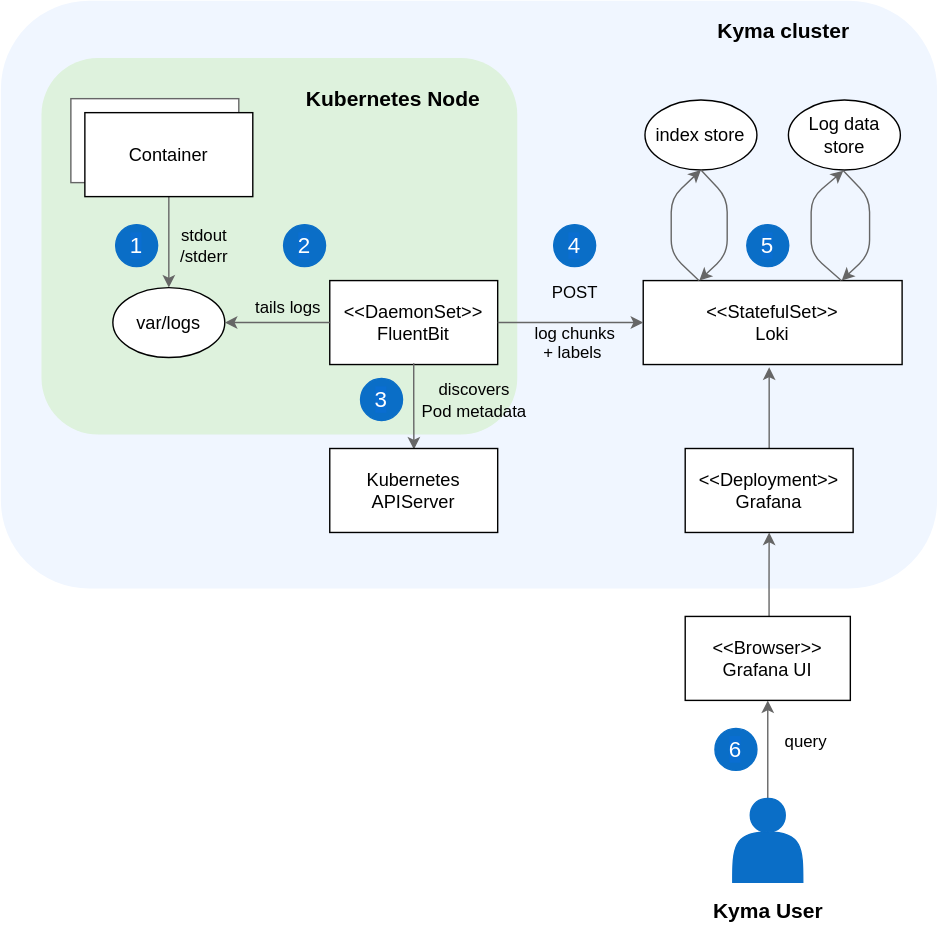
kyma-project/kyma keeps this draw.io diagram as docs/05-technical-reference/03-architecture/assets/obsv-logging-architecture.svg. Above is the earlier version. Source tidied: cells renumbered, new cells last; positions are measured from the earlier drawing's top-left corner, leaving out a move shared by most shapes.
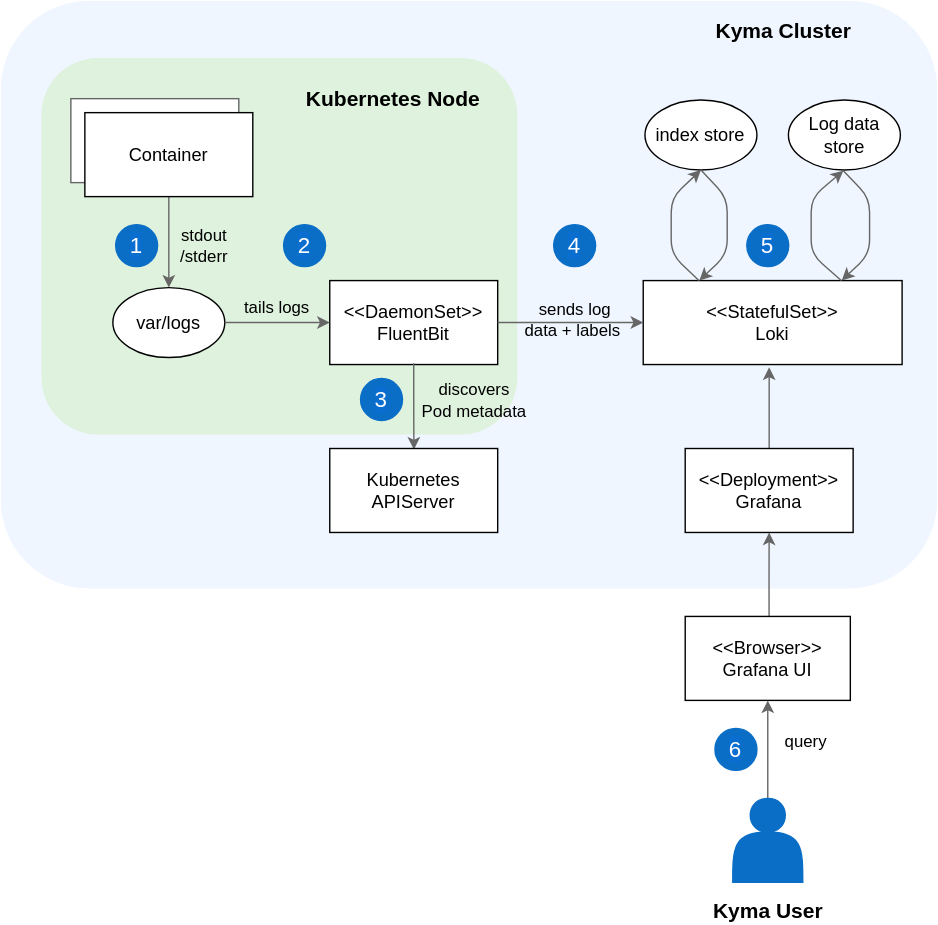
Later version of the same file.

Commit message:
Update obsv diagrams: continued  (#11679)

* remaining changes from PR 11582#discussion

* remove information about log chunks

* change direction of tails logs arrow

* capitalize Cluster

* remove duplicate diagram

Diff of the diagram source:
```diff
@@ -51,11 +51,8 @@
     <mxCell id="16" value="&lt;font style=&quot;font-size: 16px&quot;&gt;3&lt;/font&gt;" style="ellipse;whiteSpace=wrap;html=1;labelBackgroundColor=#0A6ED1;fontColor=#FFFFFF;fillColor=#0A6EC7;strokeColor=#0A6EC7;" parent="1" vertex="1">
       <mxGeometry x="257" y="270" width="30" height="30" as="geometry" />
     </mxCell>
-    <mxCell id="17" style="edgeStyle=orthogonalEdgeStyle;rounded=1;jettySize=auto;html=1;startArrow=none;startFill=0;endArrow=classic;endFill=1;strokeColor=#666666;exitX=0;exitY=0.5;exitDx=0;exitDy=0;entryX=1;entryY=0.5;entryDx=0;entryDy=0;" parent="1" edge="1" source="10" target="8">
-      <mxGeometry relative="1" as="geometry" />
-    </mxCell>
     <mxCell id="18" value="tails logs" style="text;html=1;align=center;verticalAlign=middle;" parent="1" vertex="1">
-      <mxGeometry x="175" y="210" width="60" height="20" as="geometry" />
+      <mxGeometry x="167" y="210" width="60" height="20" as="geometry" />
     </mxCell>
     <mxCell id="19" value="&amp;lt;&amp;lt;StatefulSet&amp;gt;&amp;gt;&lt;br style=&quot;font-size: 13px&quot;&gt;Loki" style="rounded=0;whiteSpace=wrap;html=1;fontSize=13;" parent="1" vertex="1">
       <mxGeometry x="459" y="200" width="185" height="60" as="geometry" />
@@ -131,8 +128,8 @@
     <mxCell id="34" value="&lt;font style=&quot;font-size: 15px&quot;&gt;&lt;b&gt;Kyma User&lt;/b&gt;&lt;/font&gt;" style="text;html=1;align=center;verticalAlign=middle;fontSize=15;" parent="1" vertex="1">
       <mxGeometry x="503" y="640" width="90" height="20" as="geometry" />
     </mxCell>
-    <mxCell id="35" value="POST&lt;br&gt;&lt;br&gt;log chunks&lt;br&gt;+ labels&amp;nbsp;" style="text;html=1;align=center;verticalAlign=middle;strokeColor=none;" parent="1" vertex="1">
-      <mxGeometry x="375" y="200" width="70" height="60" as="geometry" />
+    <mxCell id="35" value="sends log &lt;br&gt;data + labels&amp;nbsp;" style="text;html=1;align=center;verticalAlign=middle;strokeColor=none;" parent="1" vertex="1">
+      <mxGeometry x="365" y="213" width="90" height="30" as="geometry" />
     </mxCell>
     <mxCell id="36" value="&lt;font style=&quot;font-size: 16px&quot;&gt;6&lt;/font&gt;" style="ellipse;whiteSpace=wrap;html=1;labelBackgroundColor=#0A6ED1;fontColor=#FFFFFF;fillColor=#0A6EC7;strokeColor=#0A6EC7;" parent="1" vertex="1">
       <mxGeometry x="510.2" y="520" width="30" height="30" as="geometry" />
@@ -143,11 +140,14 @@
     <mxCell id="38" value="&lt;font style=&quot;font-size: 15px&quot;&gt;&lt;b&gt;Kubernetes Node&lt;/b&gt;&lt;/font&gt;" style="text;html=1;align=center;verticalAlign=middle;" parent="1" vertex="1">
       <mxGeometry x="210" y="60" width="140" height="20" as="geometry" />
     </mxCell>
-    <mxCell id="39" value="&lt;font style=&quot;font-size: 15px&quot;&gt;&lt;b&gt;Kyma cluster&lt;/b&gt;&lt;/font&gt;" style="text;html=1;align=center;verticalAlign=middle;" parent="1" vertex="1">
+    <mxCell id="39" value="&lt;font style=&quot;font-size: 15px&quot;&gt;&lt;b&gt;Kyma Cluster&lt;/b&gt;&lt;/font&gt;" style="text;html=1;align=center;verticalAlign=middle;" parent="1" vertex="1">
       <mxGeometry x="504" y="11" width="110" height="20" as="geometry" />
     </mxCell>
     <mxCell id="40" style="edgeStyle=orthogonalEdgeStyle;rounded=1;jettySize=auto;html=1;startArrow=none;startFill=0;endArrow=classic;endFill=1;strokeColor=#666666;exitX=1;exitY=0.5;exitDx=0;exitDy=0;entryX=0;entryY=0.5;entryDx=0;entryDy=0;" parent="1" edge="1" source="10" target="19">
       <mxGeometry relative="1" as="geometry" />
     </mxCell>
+    <mxCell id="41" style="edgeStyle=orthogonalEdgeStyle;rounded=1;jettySize=auto;html=1;startArrow=none;startFill=0;endArrow=classic;endFill=1;strokeColor=#666666;exitX=1;exitY=0.5;exitDx=0;exitDy=0;entryX=0;entryY=0.5;entryDx=0;entryDy=0;" parent="1" edge="1" source="8" target="10">
+      <mxGeometry relative="1" as="geometry" />
+    </mxCell>
   </root>
 </mxGraphModel>
```
